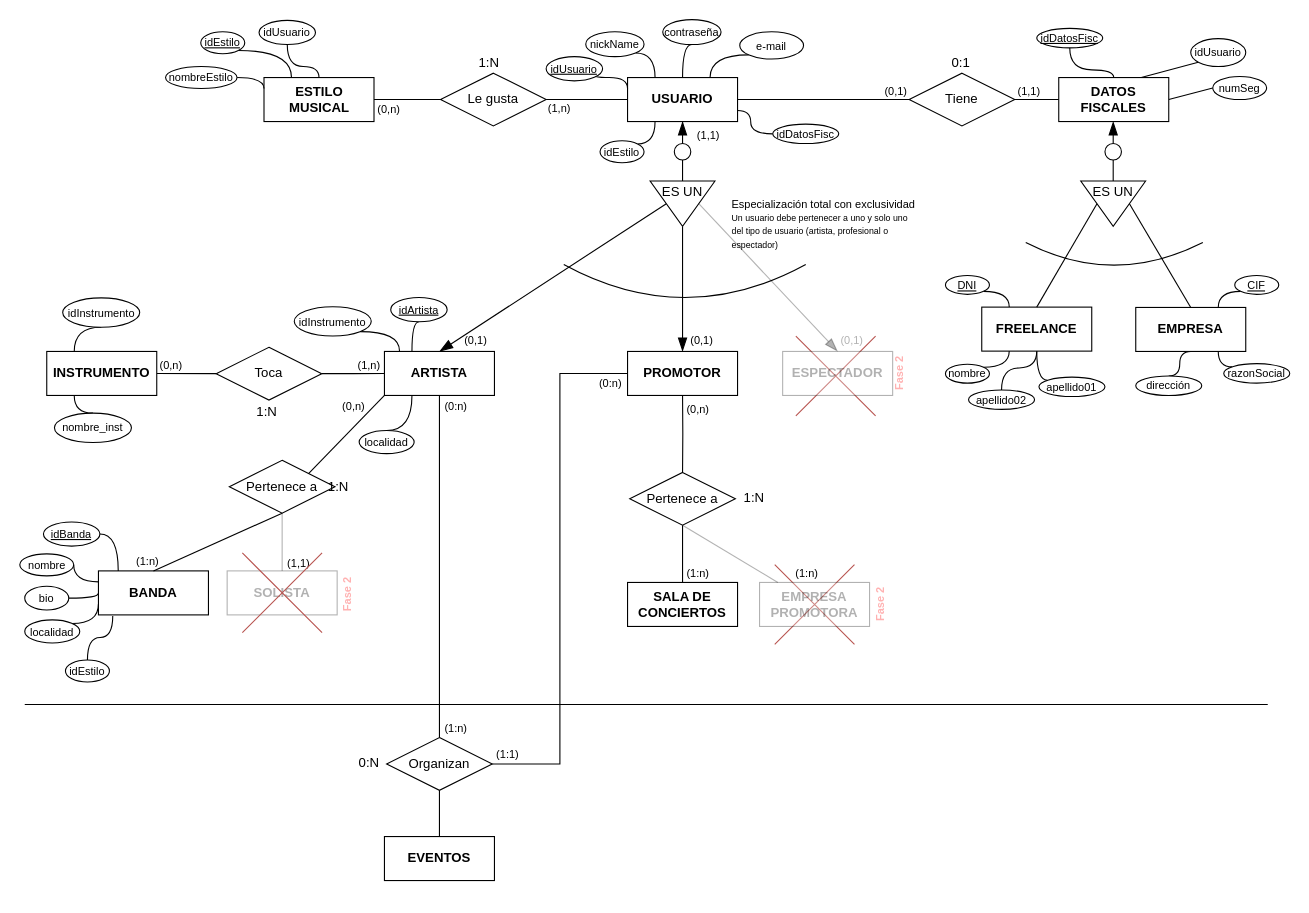
Above: DiagramaER.drawio in victorvisus/pvm_binain (draw.io), before the change. Source tidied: cells renumbered, new cells numbered last; positions are measured from the earlier drawing's top-left corner, leaving out a move shared by most shapes. Both pictures are drawn from the tidied source at 110%, with x=0, y=0 at pixel (20, 19).
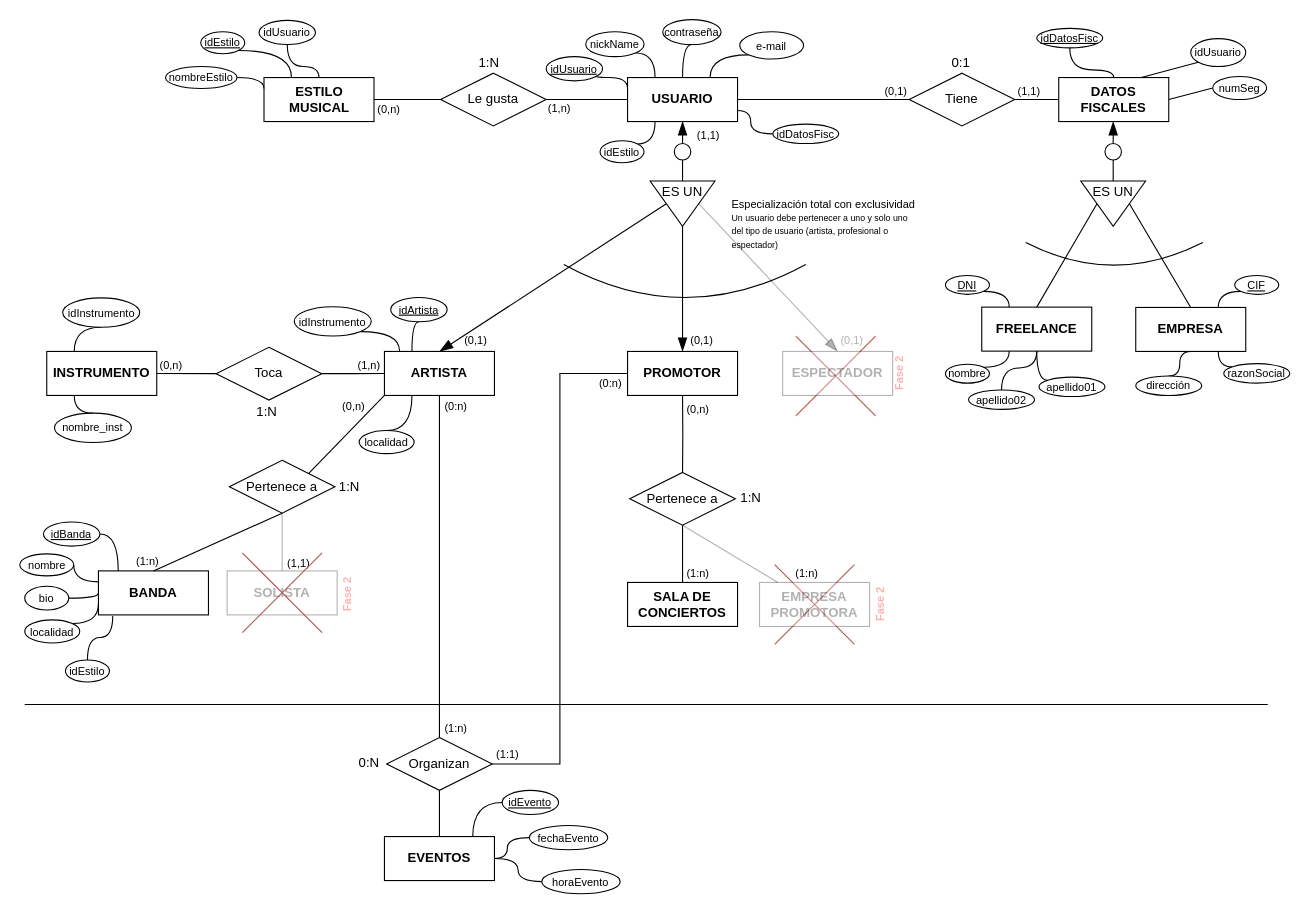
Above is the later version.

The change refers to these unchanged cells:
```xml
<mxCell id="142" value="EVENTOS" style="whiteSpace=wrap;html=1;align=center;fontStyle=1;" parent="1" vertex="1">
  <mxGeometry x="331" y="743" width="100" height="40" as="geometry" />
</mxCell>
```

What changed in the source:
```diff
@@
     <mxCell id="27" value="1:N" style="text;strokeColor=none;fillColor=none;spacingLeft=4;spacingRight=4;overflow=hidden;fontSize=12;" parent="1" vertex="1">
-      <mxGeometry x="274" y="411" width="40" height="30" as="geometry" />
+      <mxGeometry x="284" y="411" width="40" height="30" as="geometry" />
     </mxCell>
@@
     <mxCell id="34" value="1:N" style="text;strokeColor=none;fillColor=none;spacingLeft=4;spacingRight=4;overflow=hidden;fontSize=12;" parent="1" vertex="1">
-      <mxGeometry x="652" y="421" width="40" height="30" as="geometry" />
+      <mxGeometry x="649" y="421" width="40" height="30" as="geometry" />
     </mxCell>
@@
+    <mxCell id="149" style="edgeStyle=orthogonalEdgeStyle;jettySize=auto;html=1;entryX=0.803;entryY=-0.004;entryDx=0;entryDy=0;entryPerimeter=0;endArrow=none;endFill=0;curved=1;" parent="1" edge="1" source="150" target="142">
+      <mxGeometry relative="1" as="geometry" />
+    </mxCell>
+    <mxCell id="150" value="idEvento" style="ellipse;whiteSpace=wrap;html=1;align=center;fontStyle=4;fontSize=10;" parent="1" vertex="1">
+      <mxGeometry x="438" y="701" width="51.3" height="22" as="geometry" />
+    </mxCell>
+    <mxCell id="151" style="edgeStyle=orthogonalEdgeStyle;curved=1;jettySize=auto;html=1;endArrow=none;endFill=0;" parent="1" edge="1" source="152" target="142">
+      <mxGeometry relative="1" as="geometry" />
+    </mxCell>
+    <mxCell id="152" value="fechaEvento" style="ellipse;whiteSpace=wrap;html=1;align=center;fontStyle=0;fontSize=10;" parent="1" vertex="1">
+      <mxGeometry x="462.7" y="733" width="71.3" height="22" as="geometry" />
+    </mxCell>
+    <mxCell id="153" style="edgeStyle=orthogonalEdgeStyle;curved=1;jettySize=auto;html=1;endArrow=none;endFill=0;" parent="1" edge="1" source="154" target="142">
+      <mxGeometry relative="1" as="geometry" />
+    </mxCell>
+    <mxCell id="154" value="horaEvento" style="ellipse;whiteSpace=wrap;html=1;align=center;fontStyle=0;fontSize=10;" parent="1" vertex="1">
+      <mxGeometry x="474" y="773" width="71.3" height="22" as="geometry" />
+    </mxCell>
```
